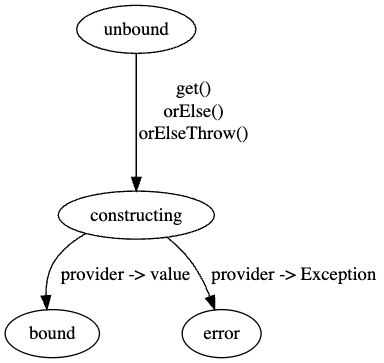
Before: src/java.base/share/classes/java/util/concurrent/lazy/doc-files/lazy-states.png, a diagram exported from Graphviz (minborg/jdk). Its source is kept beside it as src/java.base/share/classes/java/util/concurrent/lazy/doc-files/lazy-states.dot.
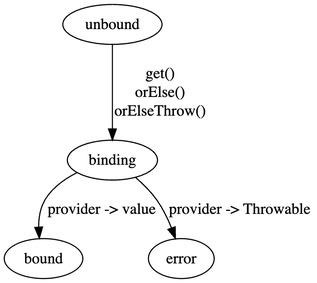
After the change.

What changed in the source:
```diff
@@ -1,5 +1,5 @@
 digraph G {
-    unbound -> constructing [ label=" get()\n orElse()\n orElseThrow()\n" ];
-    constructing -> bound [ label=" provider -> value" ];
-    constructing -> error [ label=" provider -> Exception" ];
+    unbound -> binding [ label=" get()\n orElse()\n orElseThrow()\n" ];
+    binding -> bound [ label=" provider -> value" ];
+    binding -> error [ label=" provider -> Throwable" ];
 }
```
